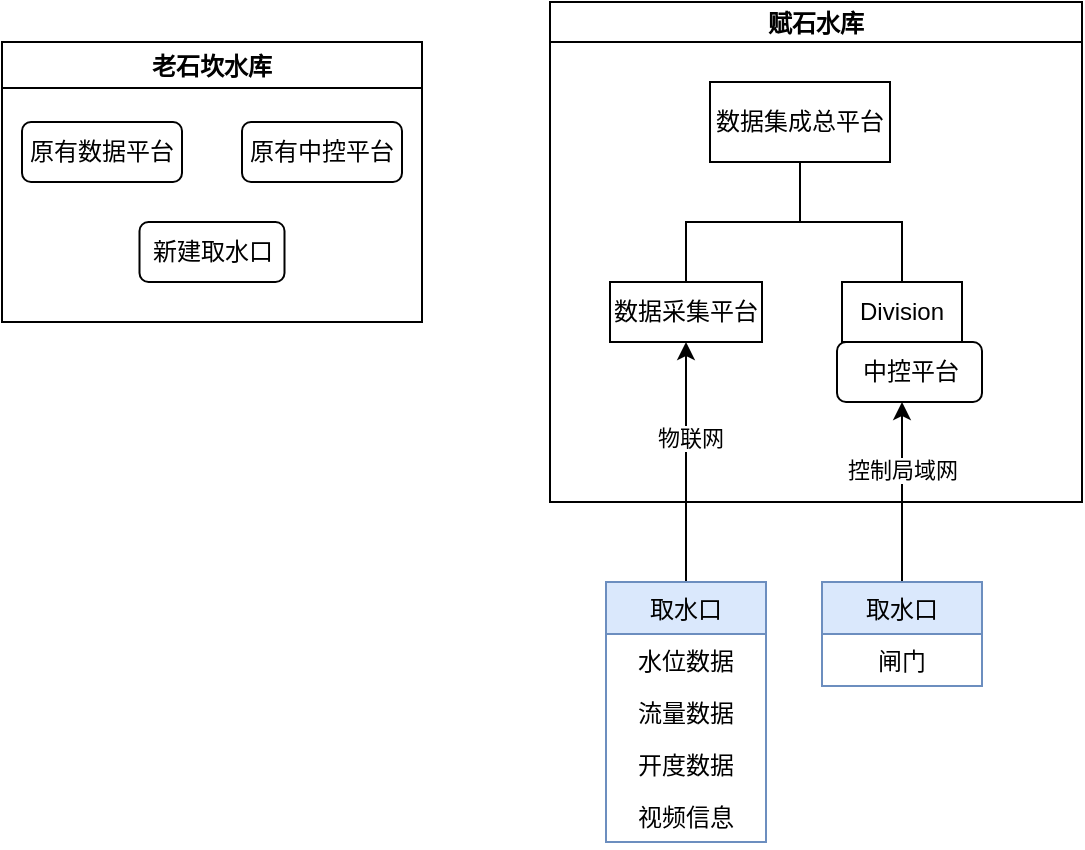
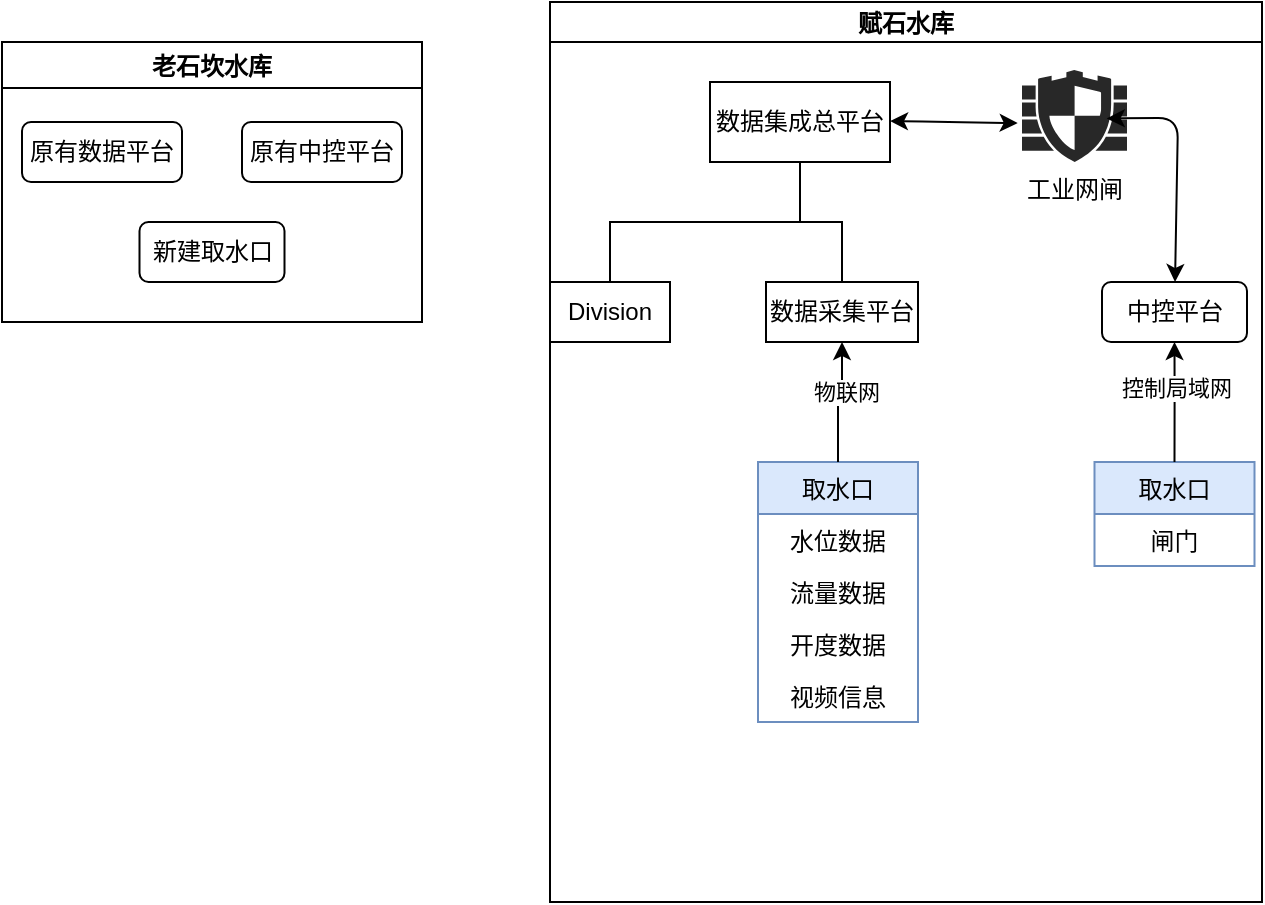
- <mxfile host="app.diagrams.net" modified="2021-09-18T02:57:29.889Z" agent="5.0 (Windows NT 10.0; Win64; x64) AppleWebKit/537.36 (KHTML, like Gecko) Chrome/93.0.4577.82 Safari/537.36 Edg/93.0.961.52" etag="w2EO3CezfjbAWCvf0tmd" version="14.8.0" type="github">
+ <mxfile host="app.diagrams.net" modified="2021-09-18T03:13:47.530Z" agent="5.0 (Windows NT 10.0; Win64; x64) AppleWebKit/537.36 (KHTML, like Gecko) Chrome/93.0.4577.82 Safari/537.36 Edg/93.0.961.52" etag="7SJdVoykowonasFxKo0p" version="14.8.0" type="github">
  <diagram id="v89iMYd2DjBNGdAJLiYk" name="Page-1">
-     <mxGraphModel dx="782" dy="436" grid="1" gridSize="10" guides="1" tooltips="1" connect="1" arrows="1" fold="1" page="1" pageScale="1" pageWidth="827" pageHeight="1169" math="0" shadow="0">
+     <mxGraphModel dx="920" dy="513" grid="1" gridSize="10" guides="1" tooltips="1" connect="1" arrows="1" fold="1" page="1" pageScale="1" pageWidth="827" pageHeight="1169" math="0" shadow="0">
      <root>
        <mxCell id="0" />
        <mxCell id="1" parent="0" />
        <mxCell id="1meufm5pPCAuNKvldUBH-1" value="老石坎水库" style="swimlane;" parent="1" vertex="1">
          <mxGeometry x="140" y="150" width="210" height="140" as="geometry" />
        </mxCell>
        <mxCell id="1meufm5pPCAuNKvldUBH-3" value="原有数据平台" style="rounded=1;whiteSpace=wrap;html=1;" parent="1meufm5pPCAuNKvldUBH-1" vertex="1">
          <mxGeometry x="10" y="40" width="80" height="30" as="geometry" />
        </mxCell>
        <mxCell id="1meufm5pPCAuNKvldUBH-4" value="原有中控平台" style="rounded=1;whiteSpace=wrap;html=1;" parent="1meufm5pPCAuNKvldUBH-1" vertex="1">
          <mxGeometry x="120" y="40" width="80" height="30" as="geometry" />
        </mxCell>
        <mxCell id="1meufm5pPCAuNKvldUBH-5" value="新建取水口" style="rounded=1;whiteSpace=wrap;html=1;" parent="1meufm5pPCAuNKvldUBH-1" vertex="1">
          <mxGeometry x="68.75" y="90" width="72.5" height="30" as="geometry" />
        </mxCell>
        <mxCell id="1meufm5pPCAuNKvldUBH-6" value="赋石水库" style="swimlane;startSize=20;horizontal=1;containerType=tree;newEdgeStyle={&quot;edgeStyle&quot;:&quot;elbowEdgeStyle&quot;,&quot;startArrow&quot;:&quot;none&quot;,&quot;endArrow&quot;:&quot;none&quot;};" parent="1" vertex="1">
-           <mxGeometry x="414" y="130" width="266" height="250" as="geometry" />
+           <mxGeometry x="414" y="130" width="356" height="450" as="geometry" />
        </mxCell>
        <mxCell id="1meufm5pPCAuNKvldUBH-7" value="" style="edgeStyle=elbowEdgeStyle;elbow=vertical;startArrow=none;endArrow=none;rounded=0;" parent="1meufm5pPCAuNKvldUBH-6" source="1meufm5pPCAuNKvldUBH-9" target="1meufm5pPCAuNKvldUBH-10" edge="1">
          <mxGeometry relative="1" as="geometry" />
        </mxCell>
        <mxCell id="1meufm5pPCAuNKvldUBH-8" value="" style="edgeStyle=elbowEdgeStyle;elbow=vertical;startArrow=none;endArrow=none;rounded=0;" parent="1meufm5pPCAuNKvldUBH-6" source="1meufm5pPCAuNKvldUBH-9" target="1meufm5pPCAuNKvldUBH-11" edge="1">
          <mxGeometry relative="1" as="geometry" />
        </mxCell>
        <UserObject label="数据集成总平台" treeRoot="1" id="1meufm5pPCAuNKvldUBH-9">
          <mxCell style="whiteSpace=wrap;html=1;align=center;treeFolding=1;treeMoving=1;newEdgeStyle={&quot;edgeStyle&quot;:&quot;elbowEdgeStyle&quot;,&quot;startArrow&quot;:&quot;none&quot;,&quot;endArrow&quot;:&quot;none&quot;};" parent="1meufm5pPCAuNKvldUBH-6" vertex="1">
            <mxGeometry x="80" y="40" width="90" height="40" as="geometry" />
          </mxCell>
        </UserObject>
        <mxCell id="1meufm5pPCAuNKvldUBH-10" value="数据采集平台" style="whiteSpace=wrap;html=1;align=center;verticalAlign=middle;treeFolding=1;treeMoving=1;newEdgeStyle={&quot;edgeStyle&quot;:&quot;elbowEdgeStyle&quot;,&quot;startArrow&quot;:&quot;none&quot;,&quot;endArrow&quot;:&quot;none&quot;};" parent="1meufm5pPCAuNKvldUBH-6" vertex="1">
-           <mxGeometry x="30" y="140" width="76" height="30" as="geometry" />
+           <mxGeometry x="108" y="140" width="76" height="30" as="geometry" />
        </mxCell>
        <mxCell id="1meufm5pPCAuNKvldUBH-11" value="Division" style="whiteSpace=wrap;html=1;align=center;verticalAlign=middle;treeFolding=1;treeMoving=1;newEdgeStyle={&quot;edgeStyle&quot;:&quot;elbowEdgeStyle&quot;,&quot;startArrow&quot;:&quot;none&quot;,&quot;endArrow&quot;:&quot;none&quot;};" parent="1meufm5pPCAuNKvldUBH-6" vertex="1">
-           <mxGeometry x="146" y="140" width="60" height="30" as="geometry" />
+           <mxGeometry y="140" width="60" height="30" as="geometry" />
        </mxCell>
        <mxCell id="1meufm5pPCAuNKvldUBH-12" value="中控平台" style="rounded=1;whiteSpace=wrap;html=1;" parent="1meufm5pPCAuNKvldUBH-6" vertex="1">
-           <mxGeometry x="143.5" y="170" width="72.5" height="30" as="geometry" />
+           <mxGeometry x="276" y="140" width="72.5" height="30" as="geometry" />
        </mxCell>
-         <mxCell id="rkCiEfMvTKPaeprXMYrk-3" value="" style="edgeStyle=orthogonalEdgeStyle;rounded=0;orthogonalLoop=1;jettySize=auto;html=1;" edge="1" parent="1" source="1meufm5pPCAuNKvldUBH-21" target="1meufm5pPCAuNKvldUBH-10">
-           <mxGeometry relative="1" as="geometry" />
+         <mxCell id="rkCiEfMvTKPaeprXMYrk-26" value="工业网闸" style="verticalLabelPosition=bottom;html=1;fillColor=#282828;strokeColor=none;verticalAlign=top;pointerEvents=1;align=center;shape=mxgraph.cisco_safe.security_icons.ngfw;sketch=0;" vertex="1" parent="1meufm5pPCAuNKvldUBH-6">
+           <mxGeometry x="236" y="34" width="52.5" height="46" as="geometry" />
        </mxCell>
-         <mxCell id="rkCiEfMvTKPaeprXMYrk-5" value="物联网" style="edgeLabel;html=1;align=center;verticalAlign=middle;resizable=0;points=[];" vertex="1" connectable="0" parent="rkCiEfMvTKPaeprXMYrk-3">
-           <mxGeometry x="0.2111" y="-2" relative="1" as="geometry">
+         <mxCell id="rkCiEfMvTKPaeprXMYrk-32" value="" style="endArrow=classic;startArrow=classic;html=1;entryX=-0.041;entryY=0.577;entryDx=0;entryDy=0;entryPerimeter=0;" edge="1" parent="1meufm5pPCAuNKvldUBH-6" target="rkCiEfMvTKPaeprXMYrk-26">
+           <mxGeometry width="50" height="50" relative="1" as="geometry">
+             <mxPoint x="170" y="59.5" as="sourcePoint" />
+             <mxPoint x="216" y="40" as="targetPoint" />
+             <Array as="points">
+               <mxPoint x="196" y="60" />
+             </Array>
+           </mxGeometry>
+         </mxCell>
+         <mxCell id="rkCiEfMvTKPaeprXMYrk-33" value="" style="endArrow=classic;startArrow=classic;html=1;jumpSize=6;entryX=0.807;entryY=0.526;entryDx=0;entryDy=0;entryPerimeter=0;" edge="1" parent="1meufm5pPCAuNKvldUBH-6" source="1meufm5pPCAuNKvldUBH-12" target="rkCiEfMvTKPaeprXMYrk-26">
+           <mxGeometry width="50" height="50" relative="1" as="geometry">
+             <mxPoint x="212.25" y="194.5" as="sourcePoint" />
+             <mxPoint x="271" y="100" as="targetPoint" />
+             <Array as="points">
+               <mxPoint x="314" y="58" />
+             </Array>
+           </mxGeometry>
+         </mxCell>
+         <mxCell id="rkCiEfMvTKPaeprXMYrk-6" value="取水口" style="swimlane;fontStyle=0;childLayout=stackLayout;horizontal=1;startSize=26;horizontalStack=0;resizeParent=1;resizeParentMax=0;resizeLast=0;collapsible=1;marginBottom=0;swimlaneLine=1;rounded=0;shadow=0;sketch=0;glass=0;swimlaneFillColor=none;fillColor=#dae8fc;strokeColor=#6c8ebf;" vertex="1" parent="1meufm5pPCAuNKvldUBH-6">
+           <mxGeometry x="272.25" y="230" width="80" height="52" as="geometry">
+             <mxRectangle x="400" y="410" width="70" height="26" as="alternateBounds" />
+           </mxGeometry>
+         </mxCell>
+         <mxCell id="rkCiEfMvTKPaeprXMYrk-7" value="闸门" style="text;strokeColor=none;fillColor=none;align=center;verticalAlign=top;spacingLeft=4;spacingRight=4;overflow=hidden;rotatable=0;points=[[0,0.5],[1,0.5]];portConstraint=eastwest;" vertex="1" parent="rkCiEfMvTKPaeprXMYrk-6">
+           <mxGeometry y="26" width="80" height="26" as="geometry" />
+         </mxCell>
+         <mxCell id="rkCiEfMvTKPaeprXMYrk-11" value="" style="edgeStyle=orthogonalEdgeStyle;rounded=0;orthogonalLoop=1;jettySize=auto;html=1;exitX=0.5;exitY=0;exitDx=0;exitDy=0;" edge="1" parent="1meufm5pPCAuNKvldUBH-6" source="rkCiEfMvTKPaeprXMYrk-6" target="1meufm5pPCAuNKvldUBH-12">
+           <mxGeometry relative="1" as="geometry">
+             <Array as="points" />
+           </mxGeometry>
+         </mxCell>
+         <mxCell id="rkCiEfMvTKPaeprXMYrk-13" value="控制局域网" style="edgeLabel;html=1;align=center;verticalAlign=middle;resizable=0;points=[];" vertex="1" connectable="0" parent="rkCiEfMvTKPaeprXMYrk-11">
+           <mxGeometry x="0.2444" relative="1" as="geometry">
            <mxPoint as="offset" />
          </mxGeometry>
        </mxCell>
-         <mxCell id="1meufm5pPCAuNKvldUBH-21" value="取水口" style="swimlane;fontStyle=0;childLayout=stackLayout;horizontal=1;startSize=26;horizontalStack=0;resizeParent=1;resizeParentMax=0;resizeLast=0;collapsible=1;marginBottom=0;swimlaneLine=1;rounded=0;shadow=0;sketch=0;glass=0;swimlaneFillColor=none;fillColor=#dae8fc;strokeColor=#6c8ebf;" parent="1" vertex="1">
-           <mxGeometry x="442" y="420" width="80" height="130" as="geometry">
+         <mxCell id="1meufm5pPCAuNKvldUBH-21" value="取水口" style="swimlane;fontStyle=0;childLayout=stackLayout;horizontal=1;startSize=26;horizontalStack=0;resizeParent=1;resizeParentMax=0;resizeLast=0;collapsible=1;marginBottom=0;swimlaneLine=1;rounded=0;shadow=0;sketch=0;glass=0;swimlaneFillColor=none;fillColor=#dae8fc;strokeColor=#6c8ebf;" parent="1meufm5pPCAuNKvldUBH-6" vertex="1">
+           <mxGeometry x="104" y="230" width="80" height="130" as="geometry">
            <mxRectangle x="400" y="410" width="70" height="26" as="alternateBounds" />
          </mxGeometry>
        </mxCell>
        <mxCell id="1meufm5pPCAuNKvldUBH-22" value="水位数据" style="text;strokeColor=none;fillColor=none;align=center;verticalAlign=top;spacingLeft=4;spacingRight=4;overflow=hidden;rotatable=0;points=[[0,0.5],[1,0.5]];portConstraint=eastwest;" parent="1meufm5pPCAuNKvldUBH-21" vertex="1">
          <mxGeometry y="26" width="80" height="26" as="geometry" />
        </mxCell>
        <mxCell id="1meufm5pPCAuNKvldUBH-23" value="流量数据" style="text;strokeColor=none;fillColor=none;align=center;verticalAlign=top;spacingLeft=4;spacingRight=4;overflow=hidden;rotatable=0;points=[[0,0.5],[1,0.5]];portConstraint=eastwest;" parent="1meufm5pPCAuNKvldUBH-21" vertex="1">
          <mxGeometry y="52" width="80" height="26" as="geometry" />
        </mxCell>
        <mxCell id="1meufm5pPCAuNKvldUBH-24" value="开度数据" style="text;strokeColor=none;fillColor=none;align=center;verticalAlign=top;spacingLeft=4;spacingRight=4;overflow=hidden;rotatable=0;points=[[0,0.5],[1,0.5]];portConstraint=eastwest;" parent="1meufm5pPCAuNKvldUBH-21" vertex="1">
          <mxGeometry y="78" width="80" height="26" as="geometry" />
        </mxCell>
        <mxCell id="rkCiEfMvTKPaeprXMYrk-2" value="视频信息" style="text;strokeColor=none;fillColor=none;align=center;verticalAlign=top;spacingLeft=4;spacingRight=4;overflow=hidden;rotatable=0;points=[[0,0.5],[1,0.5]];portConstraint=eastwest;" vertex="1" parent="1meufm5pPCAuNKvldUBH-21">
          <mxGeometry y="104" width="80" height="26" as="geometry" />
        </mxCell>
-         <mxCell id="rkCiEfMvTKPaeprXMYrk-11" value="" style="edgeStyle=orthogonalEdgeStyle;rounded=0;orthogonalLoop=1;jettySize=auto;html=1;" edge="1" parent="1" source="rkCiEfMvTKPaeprXMYrk-6" target="1meufm5pPCAuNKvldUBH-12">
-           <mxGeometry relative="1" as="geometry">
-             <Array as="points">
-               <mxPoint x="590" y="390" />
-               <mxPoint x="590" y="390" />
-             </Array>
-           </mxGeometry>
+         <mxCell id="rkCiEfMvTKPaeprXMYrk-3" value="" style="edgeStyle=orthogonalEdgeStyle;rounded=0;orthogonalLoop=1;jettySize=auto;html=1;" edge="1" parent="1meufm5pPCAuNKvldUBH-6" source="1meufm5pPCAuNKvldUBH-21" target="1meufm5pPCAuNKvldUBH-10">
+           <mxGeometry relative="1" as="geometry" />
        </mxCell>
-         <mxCell id="rkCiEfMvTKPaeprXMYrk-13" value="控制局域网" style="edgeLabel;html=1;align=center;verticalAlign=middle;resizable=0;points=[];" vertex="1" connectable="0" parent="rkCiEfMvTKPaeprXMYrk-11">
-           <mxGeometry x="0.2444" relative="1" as="geometry">
+         <mxCell id="rkCiEfMvTKPaeprXMYrk-5" value="物联网" style="edgeLabel;html=1;align=center;verticalAlign=middle;resizable=0;points=[];" vertex="1" connectable="0" parent="rkCiEfMvTKPaeprXMYrk-3">
+           <mxGeometry x="0.2111" y="-2" relative="1" as="geometry">
            <mxPoint as="offset" />
          </mxGeometry>
-         </mxCell>
-         <mxCell id="rkCiEfMvTKPaeprXMYrk-6" value="取水口" style="swimlane;fontStyle=0;childLayout=stackLayout;horizontal=1;startSize=26;horizontalStack=0;resizeParent=1;resizeParentMax=0;resizeLast=0;collapsible=1;marginBottom=0;swimlaneLine=1;rounded=0;shadow=0;sketch=0;glass=0;swimlaneFillColor=none;fillColor=#dae8fc;strokeColor=#6c8ebf;" vertex="1" parent="1">
-           <mxGeometry x="550" y="420" width="80" height="52" as="geometry">
-             <mxRectangle x="400" y="410" width="70" height="26" as="alternateBounds" />
-           </mxGeometry>
-         </mxCell>
-         <mxCell id="rkCiEfMvTKPaeprXMYrk-7" value="闸门" style="text;strokeColor=none;fillColor=none;align=center;verticalAlign=top;spacingLeft=4;spacingRight=4;overflow=hidden;rotatable=0;points=[[0,0.5],[1,0.5]];portConstraint=eastwest;" vertex="1" parent="rkCiEfMvTKPaeprXMYrk-6">
-           <mxGeometry y="26" width="80" height="26" as="geometry" />
        </mxCell>
      </root>
    </mxGraphModel>
  </diagram>
</mxfile>
